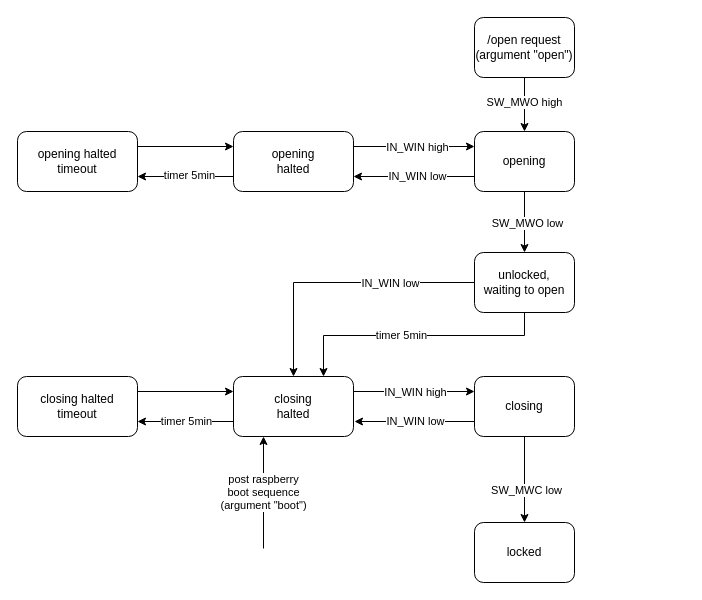
Earlier version of the draw.io diagram Software/software_flow_diagram.drawio (fablabcb/fablock). Source tidied: cells renumbered, new cells numbered last; positions are measured from the earlier drawing's top-left corner, leaving out a move shared by most shapes. Both pictures are drawn from the tidied source at 100%, with x=0, y=0 at pixel (17, 17).
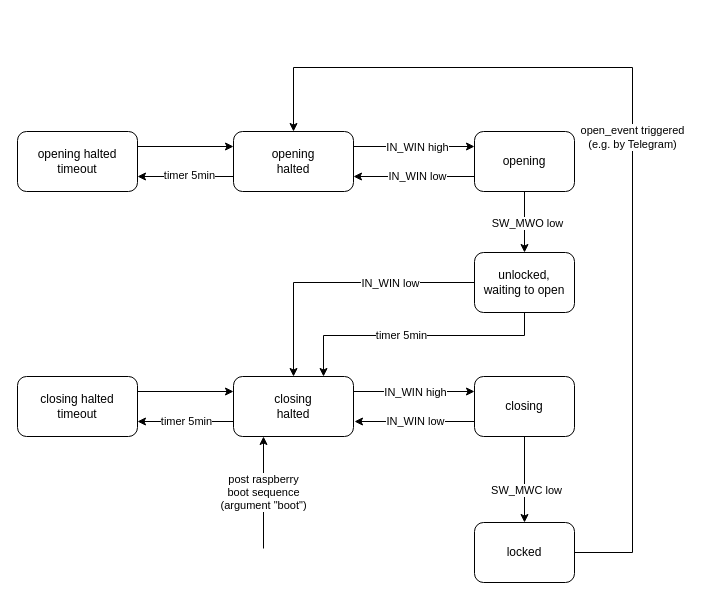
Above is the later version.

Unchanged cells that the change refers to:
```xml
<mxCell id="4" value="locked" style="rounded=1;whiteSpace=wrap;html=1;" parent="1" vertex="1">
  <mxGeometry x="457" y="505" width="100" height="60" as="geometry" />
</mxCell>
<mxCell id="14" value="opening" style="rounded=1;whiteSpace=wrap;html=1;" parent="1" vertex="1">
  <mxGeometry x="457" y="114" width="100" height="60" as="geometry" />
</mxCell>
<mxCell id="24" value="&lt;div&gt;opening&lt;/div&gt;&lt;div&gt;halted&lt;br&gt;&lt;/div&gt;" style="rounded=1;whiteSpace=wrap;html=1;" parent="1" vertex="1">
  <mxGeometry x="216" y="114" width="120" height="60" as="geometry" />
</mxCell>
```

The edit, as a diff of the source:
```diff
@@
-    <mxCell id="2" style="edgeStyle=orthogonalEdgeStyle;rounded=0;jettySize=auto;html=1;" parent="1" edge="1" source="30" target="14">
-      <mxGeometry relative="1" as="geometry" />
-    </mxCell>
-    <mxCell id="3" value="SW_MWO high" style="edgeLabel;html=1;align=center;verticalAlign=middle;" parent="2" vertex="1">
-      <mxGeometry x="-0.1" y="-1" relative="1" as="geometry" />
-    </mxCell>
+    <mxCell id="36" value="open_event triggered&lt;br&gt;&lt;div&gt;(e.g. by Telegram)&lt;/div&gt;" style="edgeStyle=orthogonalEdgeStyle;rounded=0;jettySize=auto;html=1;exitX=1;exitY=0.5;exitDx=0;exitDy=0;entryX=0.5;entryY=0;entryDx=0;entryDy=0;" parent="1" edge="1" source="4" target="24">
+      <mxGeometry relative="1" as="geometry">
+        <Array as="points">
+          <mxPoint x="615" y="535" />
+          <mxPoint x="615" y="50" />
+          <mxPoint x="276" y="50" />
+        </Array>
+      </mxGeometry>
+    </mxCell>
@@
-    <mxCell id="30" value="&lt;div&gt;/open request&lt;/div&gt;&lt;div&gt;(argument &quot;open&quot;)&lt;br&gt;&lt;/div&gt;" style="rounded=1;whiteSpace=wrap;html=1;" parent="1" vertex="1">
-      <mxGeometry x="457" width="100" height="60" as="geometry" />
-    </mxCell>
```
